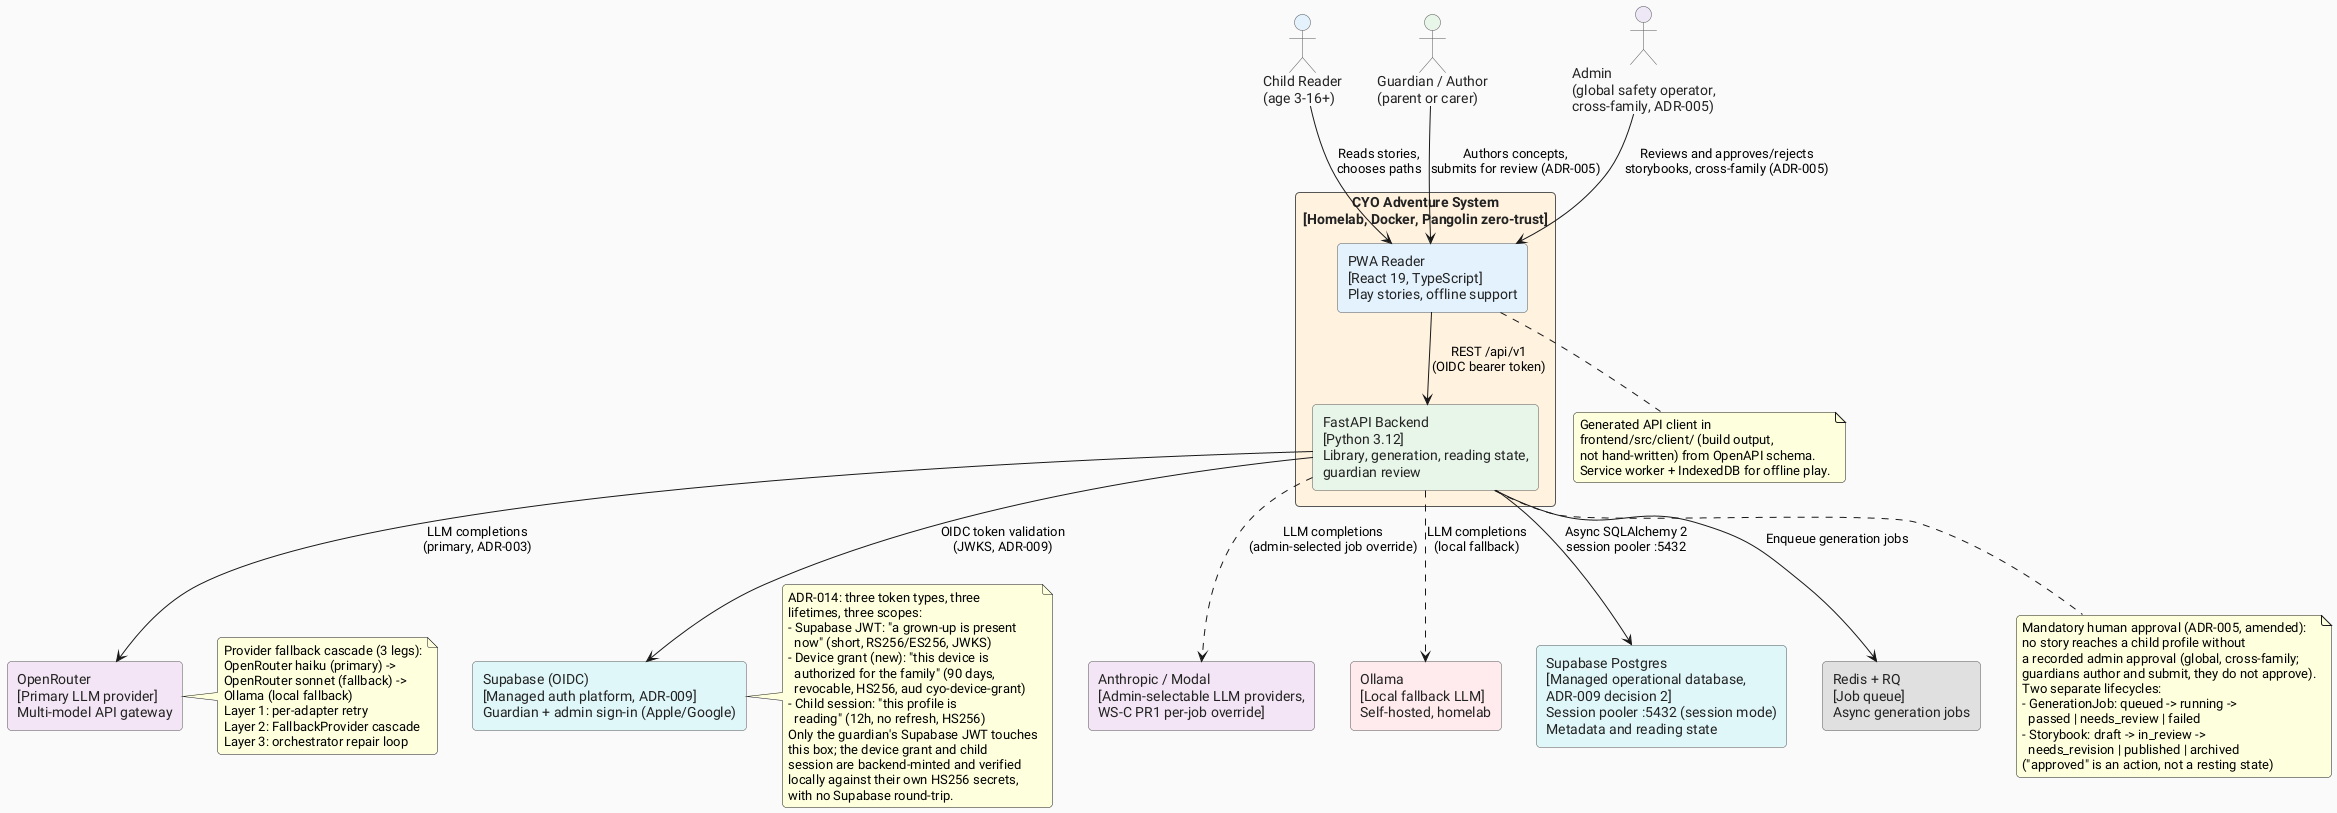
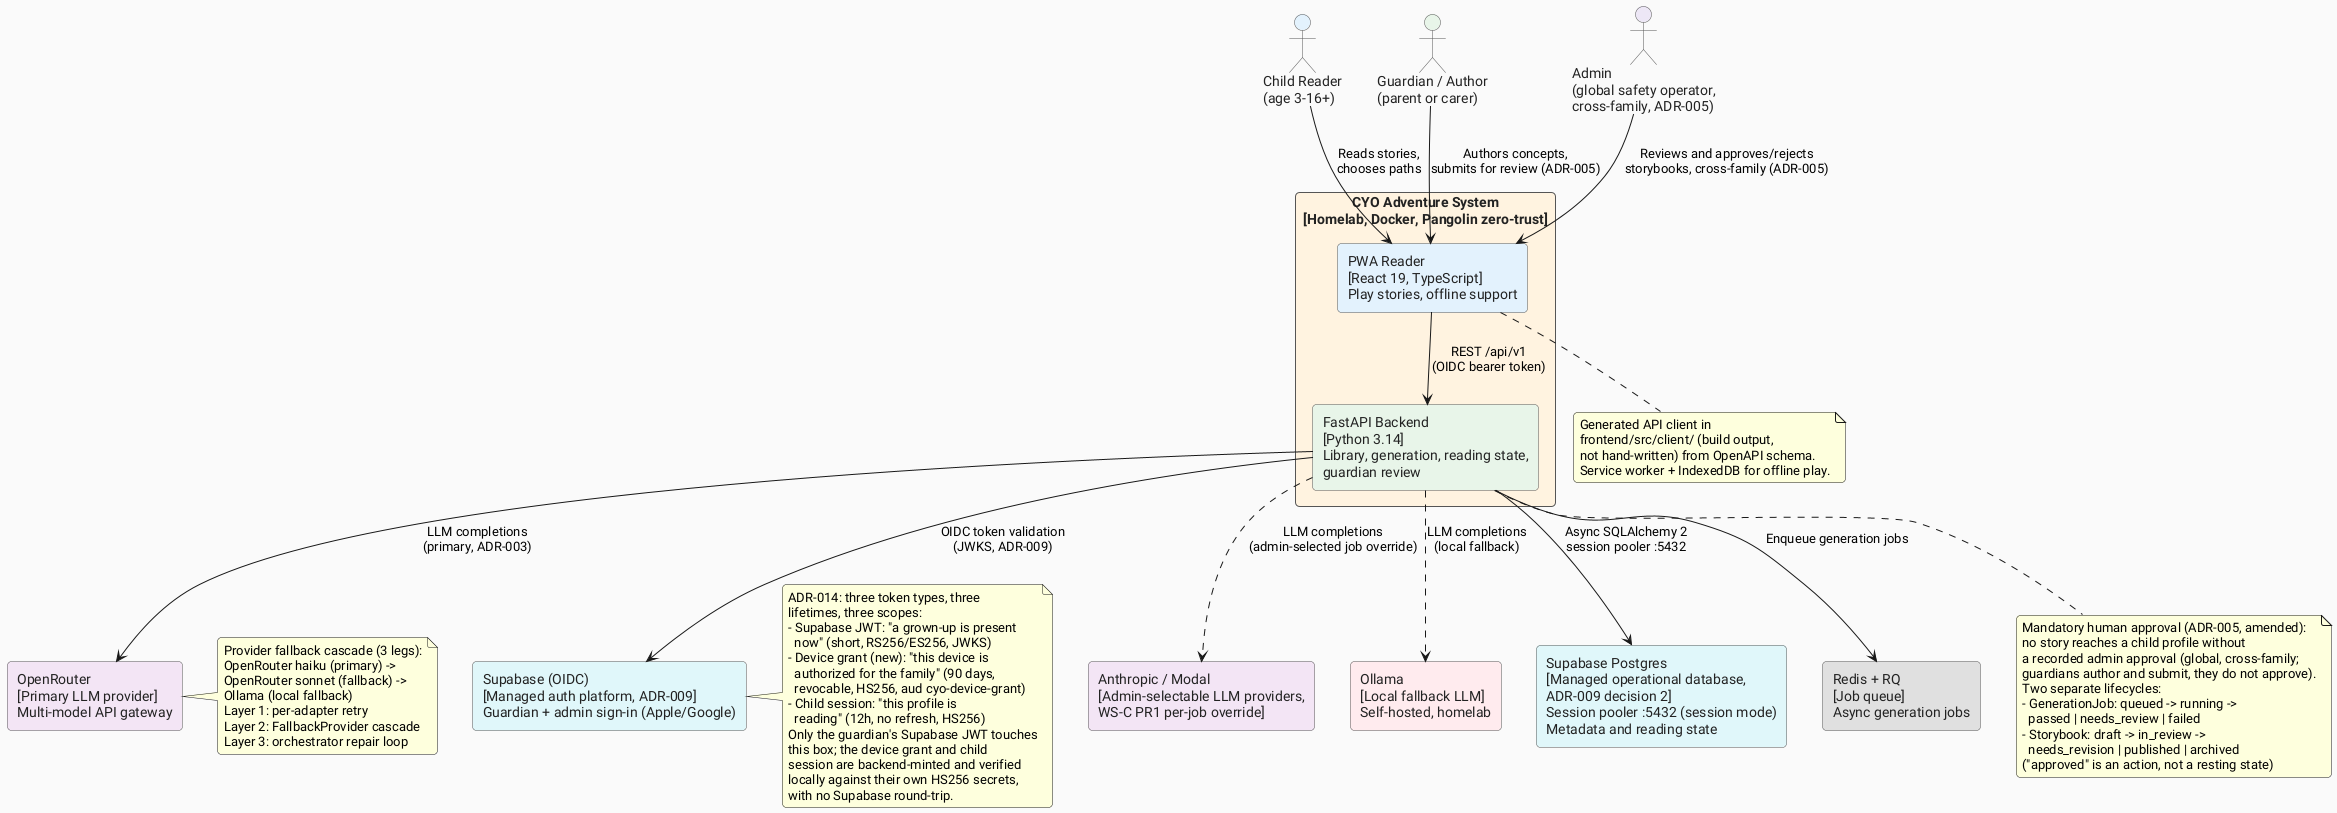
@startuml c4-context
' ============================================================
' C4 Level 1 - System Context Diagram
' CYO Adventure: Choose-Your-Own-Adventure reading app for kids
'
' Source files:
'   src/cyo_adventure/api/deps.py      (Principal/role model: guardian, child, admin,
'     device (ADR-014, a device-grant credential, never a login))
'   src/cyo_adventure/api/generation.py (guardian-only authoring)
'   src/cyo_adventure/api/reading.py   (child reading endpoints)
'   src/cyo_adventure/api/device_grants.py (mint/list/revoke a device grant)
'   src/cyo_adventure/core/device_grant.py (HS256 token, aud cyo-device-grant, 90d)
'   src/cyo_adventure/db/models.py     (Storybook + GenerationJob lifecycles)
'   docs/planning/adr/adr-005-mandatory-human-approval.md (amended: global-admin approver)
'   docs/planning/adr/adr-003-frontier-llm-generation.md
'   docs/planning/adr/adr-009-supabase-platform.md (Supabase OIDC replaces Authentik;
'     decision 2 = Supabase Postgres as the operational database)
'   docs/planning/adr/adr-014-device-authorized-kid-access.md (third token type:
'     the device grant; single kid-to-adult step-up boundary)
'   docs/planning/r1-deferred-debt-register.md (Task 1.7: Supabase Postgres cutover;
'     r1-gap-closure-plan.md is archived, consolidated here)
'   docs/planning/tech-spec.md
' ============================================================

!define ICONURL https://raw.githubusercontent.com/tupadr3/plantuml-icon-font-sprites/v2.4.0
skinparam defaultFontName "Roboto"
skinparam backgroundColor #FAFAFA
skinparam roundCorner 8

skinparam rectangle {
  BorderColor #555555
  FontColor #222222
}

skinparam actor {
  BorderColor #555555
  FontColor #222222
  BackgroundColor #FFFFFF
}

' --- Actors ---
actor "Child Reader\n(age 3-16+)" as child #E3F2FD
actor "Guardian / Author\n(parent or carer)" as guardian #E8F5E9
actor "Admin\n(global safety operator,\ncross-family, ADR-005)" as admin #EDE7F6

' --- System boundary ---
rectangle "CYO Adventure System\n[Homelab, Docker, Pangolin zero-trust]" as system #FFF3E0 {
  rectangle "PWA Reader\n[React 19, TypeScript]\nPlay stories, offline support" as pwa #E3F2FD
-   rectangle "FastAPI Backend\n[Python 3.12]\nLibrary, generation, reading state,\nguardian review" as backend #E8F5E9
+   rectangle "FastAPI Backend\n[Python 3.14]\nLibrary, generation, reading state,\nguardian review" as backend #E8F5E9
}

' --- External systems ---
rectangle "OpenRouter\n[Primary LLM provider]\nMulti-model API gateway" as openrouter #F3E5F5
rectangle "Anthropic / Modal\n[Admin-selectable LLM providers,\nWS-C PR1 per-job override]" as extra_providers #F3E5F5
rectangle "Ollama\n[Local fallback LLM]\nSelf-hosted, homelab" as ollama #FFEBEE
rectangle "Supabase (OIDC)\n[Managed auth platform, ADR-009]\nGuardian + admin sign-in (Apple/Google)" as supabase_auth #E0F7FA
rectangle "Supabase Postgres\n[Managed operational database,\nADR-009 decision 2]\nSession pooler :5432 (session mode)\nMetadata and reading state" as postgres #E0F7FA
rectangle "Redis + RQ\n[Job queue]\nAsync generation jobs" as redis #E0E0E0

' --- Relationships ---
child --> pwa : "Reads stories,\nchooses paths"
guardian --> pwa : "Authors concepts,\nsubmits for review (ADR-005)"
admin --> pwa : "Reviews and approves/rejects\nstorybooks, cross-family (ADR-005)"
pwa --> backend : "REST /api/v1\n(OIDC bearer token)"
backend --> openrouter : "LLM completions\n(primary, ADR-003)"
backend ..> extra_providers : "LLM completions\n(admin-selected job override)"
backend ..> ollama : "LLM completions\n(local fallback)"
backend --> supabase_auth : "OIDC token validation\n(JWKS, ADR-009)"
backend --> postgres : "Async SQLAlchemy 2\nsession pooler :5432"
backend --> redis : "Enqueue generation jobs"

note bottom of pwa
  Generated API client in
  frontend/src/client/ (build output,
  not hand-written) from OpenAPI schema.
  Service worker + IndexedDB for offline play.
end note

note right of openrouter
  Provider fallback cascade (3 legs):
  OpenRouter haiku (primary) ->
  OpenRouter sonnet (fallback) ->
  Ollama (local fallback)
  Layer 1: per-adapter retry
  Layer 2: FallbackProvider cascade
  Layer 3: orchestrator repair loop
end note

note bottom of backend
  Mandatory human approval (ADR-005, amended):
  no story reaches a child profile without
  a recorded admin approval (global, cross-family;
  guardians author and submit, they do not approve).
  Two separate lifecycles:
  - GenerationJob: queued -> running ->
    passed | needs_review | failed
  - Storybook: draft -> in_review ->
    needs_revision | published | archived
  ("approved" is an action, not a resting state)
end note

note right of supabase_auth
  ADR-014: three token types, three
  lifetimes, three scopes:
  - Supabase JWT: "a grown-up is present
    now" (short, RS256/ES256, JWKS)
  - Device grant (new): "this device is
    authorized for the family" (90 days,
    revocable, HS256, aud cyo-device-grant)
  - Child session: "this profile is
    reading" (12h, no refresh, HS256)
  Only the guardian's Supabase JWT touches
  this box; the device grant and child
  session are backend-minted and verified
  locally against their own HS256 secrets,
  with no Supabase round-trip.
end note

@enduml
